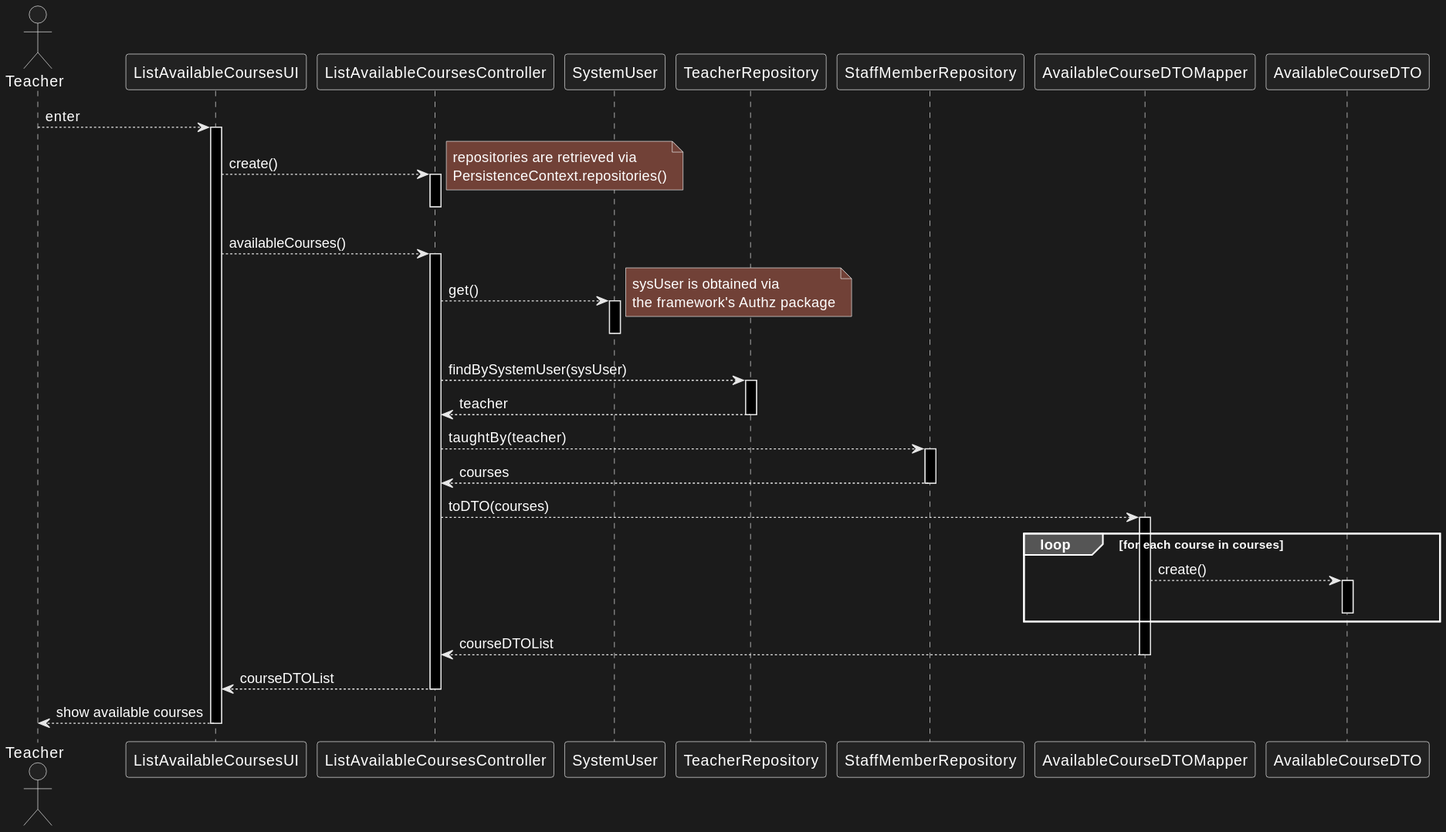
Earlier version of the PlantUML export docs/us_1006/sd-teacher.svg (jovami/isep-lapr4).
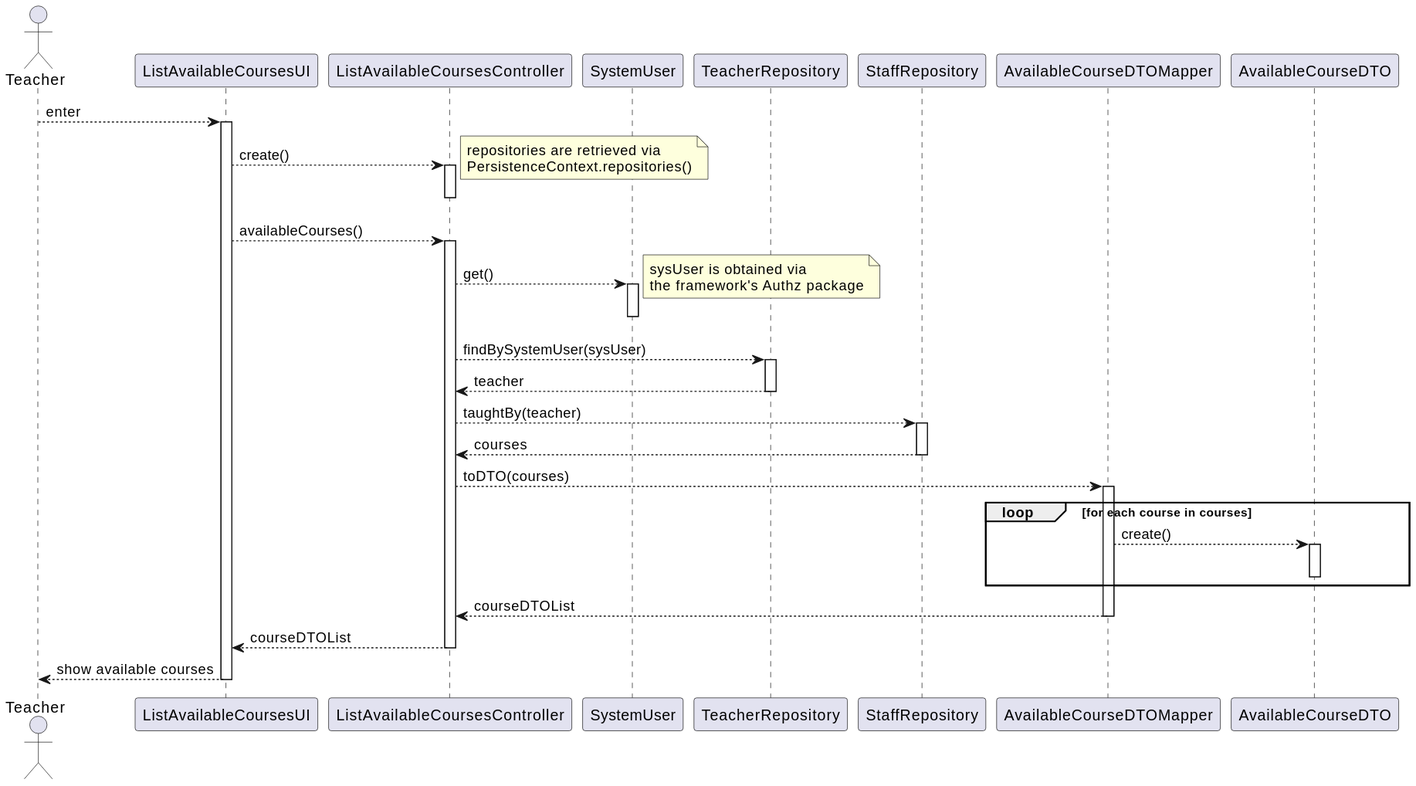
Above is the later version.

Change to the diagram source:
```diff
@@ -8,7 +8,7 @@
 
 participant TeacherRepository as t_repo
 
-participant StaffMemberRepository as st_repo
+participant StaffRepository as st_repo
 
 
 participant AvailableCourseDTOMapper as mapper
@@ -35,7 +35,6 @@
             t_repo --> ctrl : teacher
         deactivate t_repo
 
-
         ctrl --> st_repo : taughtBy(teacher)
         activate st_repo
             st_repo --> ctrl : courses
```
